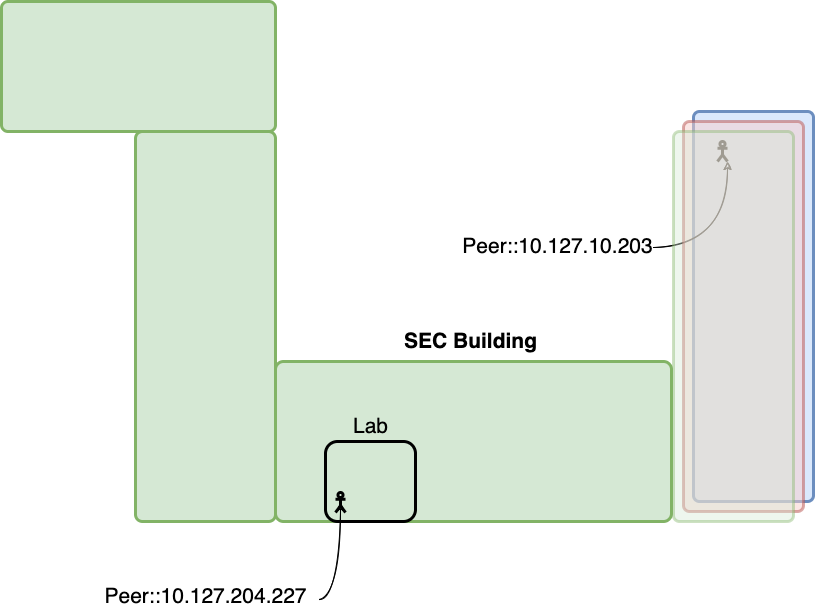
TrupeshKumarPatel/IoT_RaspberryPi keeps this draw.io diagram as final_paper/Images/experiment/senarios/diff_floor.drawio.png. Above is the earlier version. Source tidied: cells renumbered, new cells last; positions are measured from the earlier drawing's top-left corner, leaving out a move shared by most shapes. Source of this version:
```xml
<mxGraphModel>
  <root>
    <mxCell id="0" />
    <mxCell id="1" parent="0" />
    <mxCell id="2" style="group;" parent="1" vertex="1">
      <mxGeometry x="451" y="110" width="376" height="410" as="geometry" />
    </mxCell>
    <mxCell id="3" style="rounded=1;whiteSpace=wrap;html=1;fillColor=#dae8fc;strokeWidth=3;arcSize=5;strokeColor=#6c8ebf;" parent="2" vertex="1">
      <mxGeometry x="241" width="120" height="390" as="geometry" />
    </mxCell>
    <mxCell id="4" style="group;" parent="2" vertex="1">
      <mxGeometry y="30" width="290" height="120" as="geometry" />
    </mxCell>
    <mxCell id="5" style="shape=umlActor;verticalLabelPosition=bottom;verticalAlign=top;html=1;outlineConnect=0;rounded=1;strokeWidth=3;fillColor=none;" parent="4" vertex="1">
      <mxGeometry x="265" width="10" height="20" as="geometry" />
    </mxCell>
    <mxCell id="6" value="Peer::10.127.10.203" style="text;html=1;align=center;verticalAlign=middle;strokeColor=none;fillColor=none;fontSize=21;" parent="4" vertex="1">
      <mxGeometry y="90" width="210" height="30" as="geometry" />
    </mxCell>
    <mxCell id="7" style="endArrow=classic;html=1;rounded=0;fontSize=21;sketch=1;edgeStyle=orthogonalEdgeStyle;curved=1;entryX=1;entryY=1;entryDx=0;entryDy=0;entryPerimeter=0;" parent="4" edge="1" target="5">
      <mxGeometry relative="1" as="geometry">
        <mxPoint x="201" y="106" as="sourcePoint" />
      </mxGeometry>
    </mxCell>
    <mxCell id="8" style="rounded=1;whiteSpace=wrap;html=1;fillColor=#f8cecc;strokeWidth=3;arcSize=5;strokeColor=#b85450;opacity=50;" parent="2" vertex="1">
      <mxGeometry x="231" y="10" width="120" height="390" as="geometry" />
    </mxCell>
    <mxCell id="9" style="rounded=1;whiteSpace=wrap;html=1;fillColor=#d5e8d4;strokeWidth=3;arcSize=5;strokeColor=#82b366;opacity=40;" parent="2" vertex="1">
      <mxGeometry x="221" y="20" width="120" height="390" as="geometry" />
    </mxCell>
    <mxCell id="10" style="rounded=1;whiteSpace=wrap;html=1;fillColor=#d5e8d4;strokeWidth=3;arcSize=5;strokeColor=#82b366;" parent="1" vertex="1">
      <mxGeometry x="274" y="360" width="396" height="160" as="geometry" />
    </mxCell>
    <mxCell id="11" style="rounded=1;whiteSpace=wrap;html=1;strokeWidth=3;fillColor=none;" parent="1" vertex="1">
      <mxGeometry x="324" y="440" width="90" height="80" as="geometry" />
    </mxCell>
    <mxCell id="12" style="rounded=1;whiteSpace=wrap;html=1;fillColor=#d5e8d4;strokeWidth=3;arcSize=5;strokeColor=#82b366;" parent="1" vertex="1">
      <mxGeometry x="134" y="130" width="140" height="390" as="geometry" />
    </mxCell>
    <mxCell id="13" style="rounded=1;whiteSpace=wrap;html=1;fillColor=#d5e8d4;strokeWidth=3;arcSize=5;strokeColor=#82b366;" parent="1" vertex="1">
      <mxGeometry width="274" height="130" as="geometry" />
    </mxCell>
    <mxCell id="14" style="shape=umlActor;verticalLabelPosition=bottom;verticalAlign=top;html=1;outlineConnect=0;rounded=1;strokeWidth=3;fillColor=none;" parent="1" vertex="1">
      <mxGeometry x="334" y="491" width="10" height="20" as="geometry" />
    </mxCell>
    <mxCell id="15" value="&lt;font style=&quot;font-size: 21px&quot;&gt;&lt;b&gt;SEC Building&lt;/b&gt;&lt;/font&gt;" style="text;html=1;align=center;verticalAlign=middle;strokeColor=none;fillColor=none;" parent="1" vertex="1">
      <mxGeometry x="394" y="330" width="150" height="20" as="geometry" />
    </mxCell>
    <mxCell id="16" value="Lab" style="text;html=1;align=center;verticalAlign=middle;strokeColor=none;fillColor=none;fontSize=21;" parent="1" vertex="1">
      <mxGeometry x="344" y="410" width="50" height="30" as="geometry" />
    </mxCell>
    <mxCell id="17" style="endArrow=classic;html=1;rounded=0;fontSize=21;sketch=1;edgeStyle=orthogonalEdgeStyle;curved=1;entryX=0.5;entryY=0.5;entryDx=0;entryDy=0;entryPerimeter=0;exitX=1.014;exitY=0.6;exitDx=0;exitDy=0;exitPerimeter=0;" parent="1" edge="1" source="18" target="14">
      <mxGeometry relative="1" as="geometry" />
    </mxCell>
    <mxCell id="18" value="Peer::10.127.204.227" style="text;html=1;align=center;verticalAlign=middle;points=[];strokeColor=none;fillColor=none;fontSize=21;" parent="1" vertex="1">
      <mxGeometry x="94" y="580" width="220" height="30" as="geometry" />
    </mxCell>
  </root>
</mxGraphModel>
```
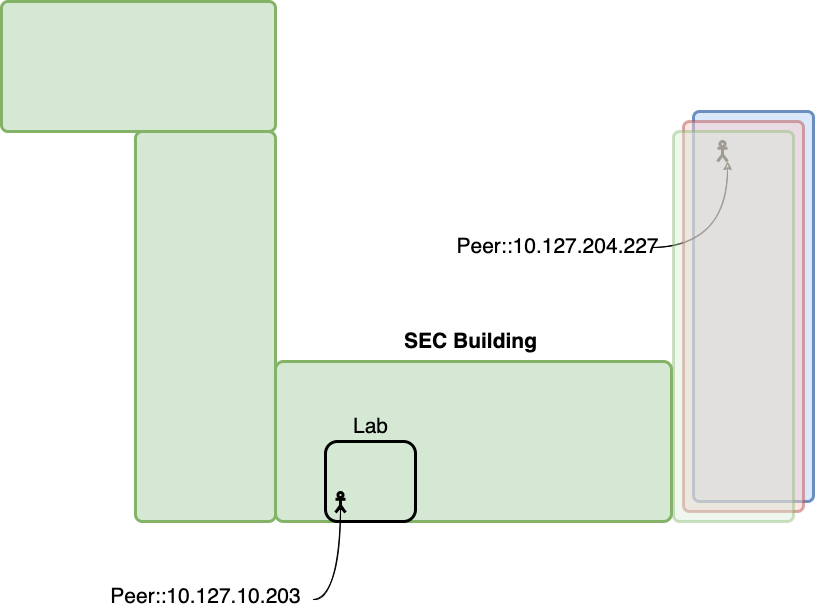
Later version of the same file.

The edit, as a diff of the source:
```diff
@@ -14,8 +14,8 @@
     <mxCell id="5" style="shape=umlActor;verticalLabelPosition=bottom;verticalAlign=top;html=1;outlineConnect=0;rounded=1;strokeWidth=3;fillColor=none;" parent="4" vertex="1">
       <mxGeometry x="265" width="10" height="20" as="geometry" />
     </mxCell>
-    <mxCell id="6" value="Peer::10.127.10.203" style="text;html=1;align=center;verticalAlign=middle;strokeColor=none;fillColor=none;fontSize=21;" parent="4" vertex="1">
-      <mxGeometry y="90" width="210" height="30" as="geometry" />
+    <mxCell id="6" value="Peer::10.127.204.227" style="text;html=1;align=center;verticalAlign=middle;strokeColor=none;fillColor=none;fontSize=21;" parent="4" vertex="1">
+      <mxGeometry x="-5" y="90" width="220" height="30" as="geometry" />
     </mxCell>
     <mxCell id="7" style="endArrow=classic;html=1;rounded=0;fontSize=21;sketch=1;edgeStyle=orthogonalEdgeStyle;curved=1;entryX=1;entryY=1;entryDx=0;entryDy=0;entryPerimeter=0;" parent="4" edge="1" target="5">
       <mxGeometry relative="1" as="geometry">
@@ -52,8 +52,8 @@
     <mxCell id="17" style="endArrow=classic;html=1;rounded=0;fontSize=21;sketch=1;edgeStyle=orthogonalEdgeStyle;curved=1;entryX=0.5;entryY=0.5;entryDx=0;entryDy=0;entryPerimeter=0;exitX=1.014;exitY=0.6;exitDx=0;exitDy=0;exitPerimeter=0;" parent="1" edge="1" source="18" target="14">
       <mxGeometry relative="1" as="geometry" />
     </mxCell>
-    <mxCell id="18" value="Peer::10.127.204.227" style="text;html=1;align=center;verticalAlign=middle;points=[];strokeColor=none;fillColor=none;fontSize=21;" parent="1" vertex="1">
-      <mxGeometry x="94" y="580" width="220" height="30" as="geometry" />
+    <mxCell id="18" value="Peer::10.127.10.203" style="text;html=1;align=center;verticalAlign=middle;points=[];strokeColor=none;fillColor=none;fontSize=21;" parent="1" vertex="1">
+      <mxGeometry x="99" y="580" width="210" height="30" as="geometry" />
     </mxCell>
   </root>
 </mxGraphModel>
```
